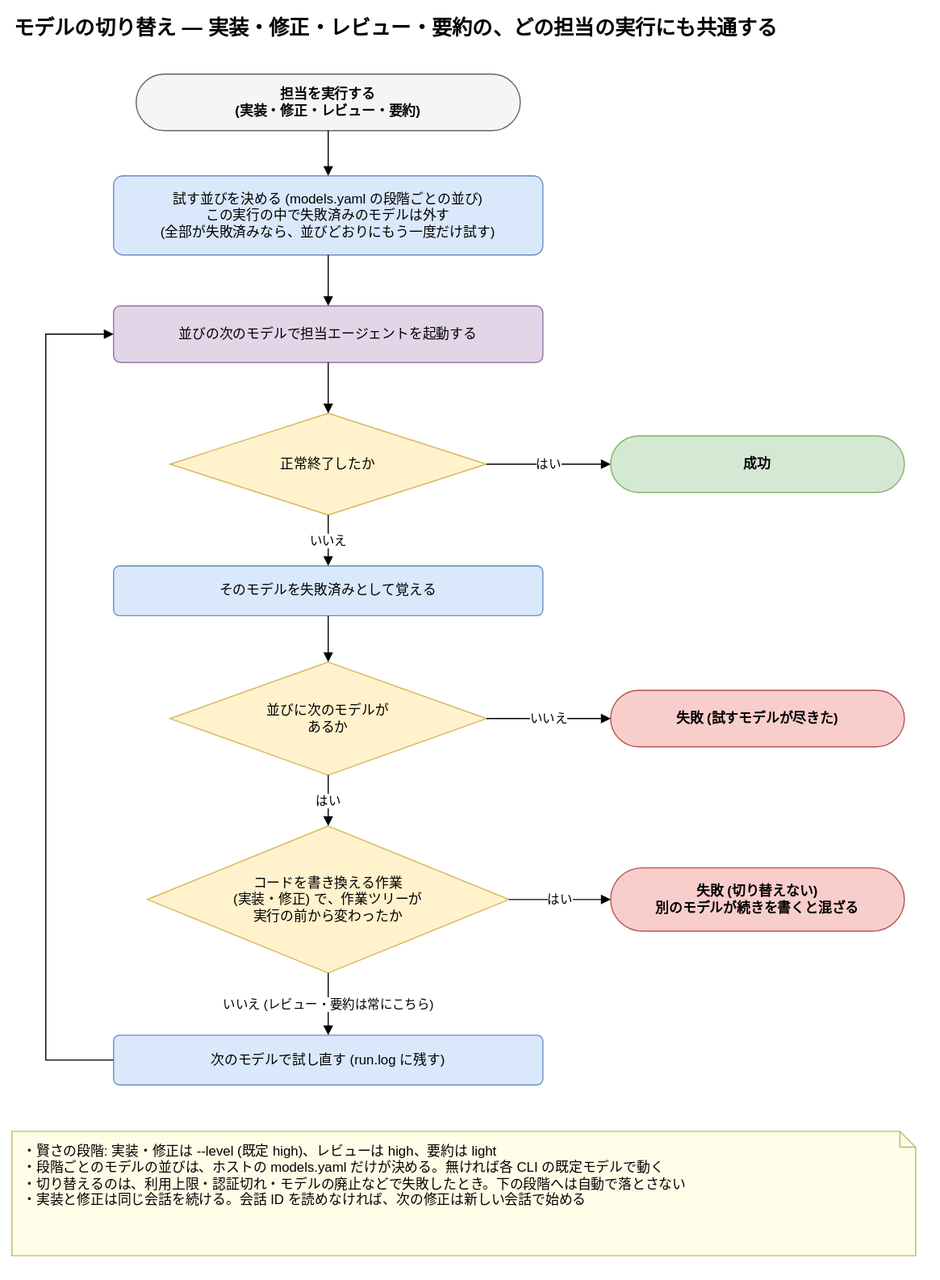
The draw.io diagram docs/autopilot-model-switching.drawio.svg in k-wa-wa/nuage-autopilot5, before a commit. Source tidied: cells renumbered, new cells last; positions are measured from the earlier drawing's top-left corner, leaving out a move shared by most shapes.
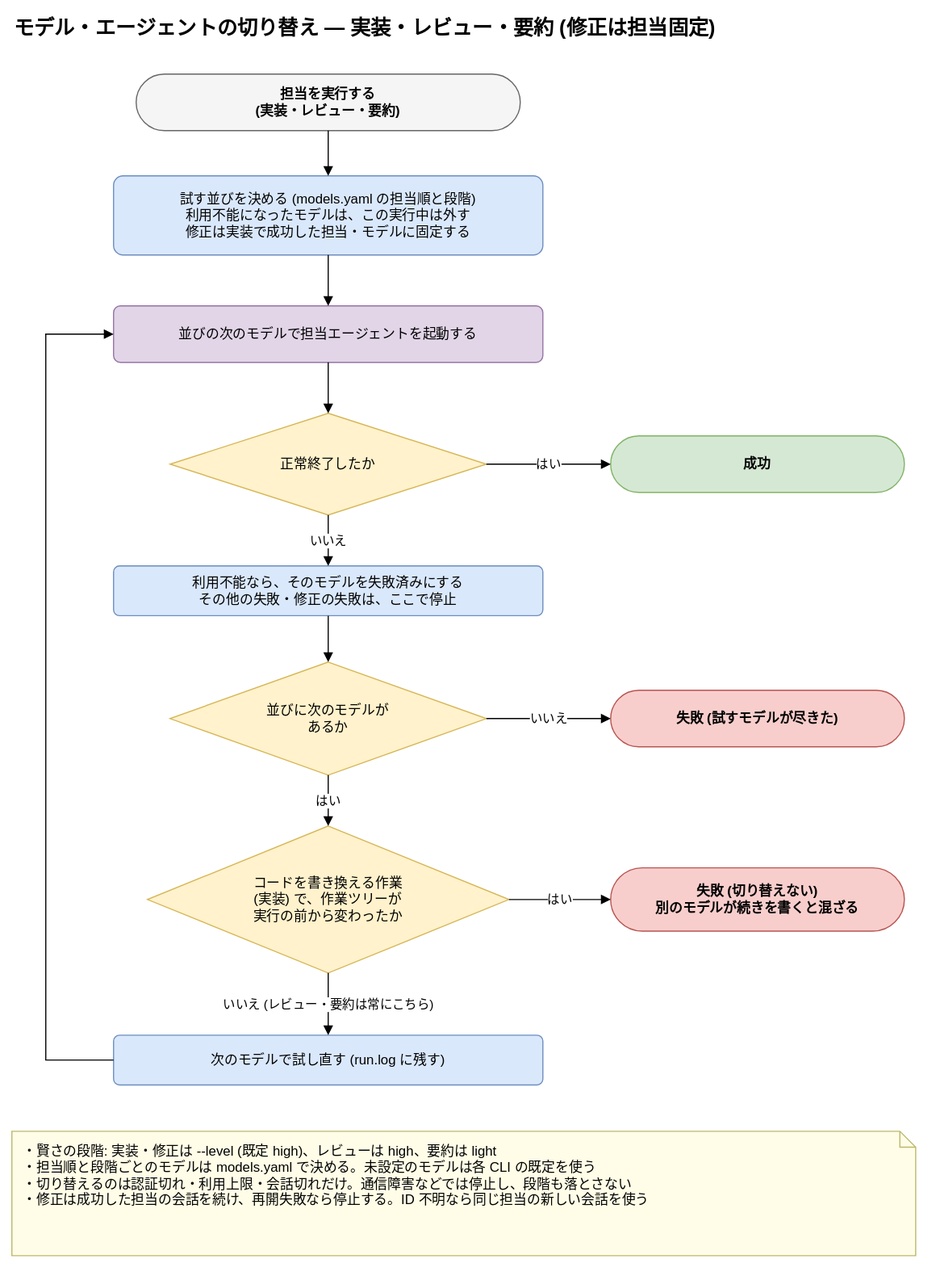
After the commit.

Change to the diagram source:
```diff
@@ -2,13 +2,13 @@
   <root>
     <mxCell id="0" />
     <mxCell id="1" parent="0" />
-    <mxCell id="2" value="モデルの切り替え — 実装・修正・レビュー・要約の、どの担当の実行にも共通する" style="text;html=1;fontSize=18;fontStyle=1;align=left;verticalAlign=middle;" parent="1" vertex="1">
+    <mxCell id="2" value="モデル・エージェントの切り替え — 実装・レビュー・要約 (修正は担当固定)" style="text;html=1;fontSize=18;fontStyle=1;align=left;verticalAlign=middle;" parent="1" vertex="1">
       <mxGeometry width="800" height="30" as="geometry" />
     </mxCell>
-    <mxCell id="3" value="担当を実行する&lt;br&gt;(実装・修正・レビュー・要約)" style="whiteSpace=wrap;html=1;fontSize=12;rounded=1;arcSize=50;fillColor=#f5f5f5;strokeColor=#666666;fontStyle=1;" parent="1" vertex="1">
+    <mxCell id="3" value="担当を実行する&lt;br&gt;(実装・レビュー・要約)" style="whiteSpace=wrap;html=1;fontSize=12;rounded=1;arcSize=50;fillColor=#f5f5f5;strokeColor=#666666;fontStyle=1;" parent="1" vertex="1">
       <mxGeometry x="110" y="55" width="340" height="50" as="geometry" />
     </mxCell>
-    <mxCell id="4" value="試す並びを決める (models.yaml の段階ごとの並び)&lt;br&gt;この実行の中で失敗済みのモデルは外す&lt;br&gt;(全部が失敗済みなら、並びどおりにもう一度だけ試す)" style="whiteSpace=wrap;html=1;fontSize=12;rounded=1;arcSize=12;fillColor=#dae8fc;strokeColor=#6c8ebf;" parent="1" vertex="1">
+    <mxCell id="4" value="試す並びを決める (models.yaml の担当順と段階)&lt;br&gt;利用不能になったモデルは、この実行中は外す&lt;br&gt;修正は実装で成功した担当・モデルに固定する" style="whiteSpace=wrap;html=1;fontSize=12;rounded=1;arcSize=12;fillColor=#dae8fc;strokeColor=#6c8ebf;" parent="1" vertex="1">
       <mxGeometry x="90" y="145" width="380" height="70" as="geometry" />
     </mxCell>
     <mxCell id="5" value="並びの次のモデルで担当エージェントを起動する" style="whiteSpace=wrap;html=1;fontSize=12;rounded=1;arcSize=12;fillColor=#e1d5e7;strokeColor=#9673a6;" parent="1" vertex="1">
@@ -20,7 +20,7 @@
     <mxCell id="7" value="成功" style="whiteSpace=wrap;html=1;fontSize=12;rounded=1;arcSize=50;fillColor=#d5e8d4;strokeColor=#82b366;fontStyle=1;" parent="1" vertex="1">
       <mxGeometry x="530" y="375" width="260" height="50" as="geometry" />
     </mxCell>
-    <mxCell id="8" value="そのモデルを失敗済みとして覚える" style="whiteSpace=wrap;html=1;fontSize=12;rounded=1;arcSize=12;fillColor=#dae8fc;strokeColor=#6c8ebf;" parent="1" vertex="1">
+    <mxCell id="8" value="利用不能なら、そのモデルを失敗済みにする&lt;br&gt;その他の失敗・修正の失敗は、ここで停止" style="whiteSpace=wrap;html=1;fontSize=12;rounded=1;arcSize=12;fillColor=#dae8fc;strokeColor=#6c8ebf;" parent="1" vertex="1">
       <mxGeometry x="90" y="490" width="380" height="44" as="geometry" />
     </mxCell>
     <mxCell id="9" value="並びに次のモデルが&lt;br&gt;あるか" style="whiteSpace=wrap;html=1;fontSize=12;rhombus;fillColor=#fff2cc;strokeColor=#d6b656;" parent="1" vertex="1">
@@ -29,7 +29,7 @@
     <mxCell id="10" value="失敗 (試すモデルが尽きた)" style="whiteSpace=wrap;html=1;fontSize=12;rounded=1;arcSize=50;fillColor=#f8cecc;strokeColor=#b85450;fontStyle=1;" parent="1" vertex="1">
       <mxGeometry x="530" y="600" width="260" height="50" as="geometry" />
     </mxCell>
-    <mxCell id="11" value="コードを書き換える作業&lt;br&gt;(実装・修正) で、作業ツリーが&lt;br&gt;実行の前から変わったか" style="whiteSpace=wrap;html=1;fontSize=12;rhombus;fillColor=#fff2cc;strokeColor=#d6b656;" parent="1" vertex="1">
+    <mxCell id="11" value="コードを書き換える作業&lt;br&gt;(実装) で、作業ツリーが&lt;br&gt;実行の前から変わったか" style="whiteSpace=wrap;html=1;fontSize=12;rhombus;fillColor=#fff2cc;strokeColor=#d6b656;" parent="1" vertex="1">
       <mxGeometry x="120" y="720" width="320" height="130" as="geometry" />
     </mxCell>
     <mxCell id="12" value="失敗 (切り替えない)&lt;br&gt;別のモデルが続きを書くと混ざる" style="whiteSpace=wrap;html=1;fontSize=12;rounded=1;arcSize=50;fillColor=#f8cecc;strokeColor=#b85450;fontStyle=1;" parent="1" vertex="1">
@@ -38,7 +38,7 @@
     <mxCell id="13" value="次のモデルで試し直す (run.log に残す)" style="whiteSpace=wrap;html=1;fontSize=12;rounded=1;arcSize=12;fillColor=#dae8fc;strokeColor=#6c8ebf;" parent="1" vertex="1">
       <mxGeometry x="90" y="905" width="380" height="44" as="geometry" />
     </mxCell>
-    <mxCell id="14" value="・賢さの段階: 実装・修正は --level (既定 high)、レビューは high、要約は light&lt;br&gt;・段階ごとのモデルの並びは、ホストの models.yaml だけが決める。無ければ各 CLI の既定モデルで動く&lt;br&gt;・切り替えるのは、利用上限・認証切れ・モデルの廃止などで失敗したとき。下の段階へは自動で落とさない&lt;br&gt;・実装と修正は同じ会話を続ける。会話 ID を読めなければ、次の修正は新しい会話で始める" style="whiteSpace=wrap;html=1;fontSize=12;shape=note;size=14;fillColor=#fffde7;strokeColor=#bdb76b;align=left;spacingLeft=8;spacingRight=8;verticalAlign=top;spacingTop=4;" parent="1" vertex="1">
+    <mxCell id="14" value="・賢さの段階: 実装・修正は --level (既定 high)、レビューは high、要約は light&lt;br&gt;・担当順と段階ごとのモデルは models.yaml で決める。未設定のモデルは各 CLI の既定を使う&lt;br&gt;・切り替えるのは認証切れ・利用上限・会話切れだけ。通信障害などでは停止し、段階も落とさない&lt;br&gt;・修正は成功した担当の会話を続け、再開失敗なら停止する。ID 不明なら同じ担当の新しい会話を使う" style="whiteSpace=wrap;html=1;fontSize=12;shape=note;size=14;fillColor=#fffde7;strokeColor=#bdb76b;align=left;spacingLeft=8;spacingRight=8;verticalAlign=top;spacingTop=4;" parent="1" vertex="1">
       <mxGeometry y="990" width="800" height="110" as="geometry" />
     </mxCell>
     <mxCell id="15" style="edgeStyle=orthogonalEdgeStyle;rounded=0;html=1;fontSize=11;endArrow=block;endFill=1;exitX=0.5;exitY=1;exitDx=0;exitDy=0;entryX=0.5;entryY=0;entryDx=0;entryDy=0;" parent="1" edge="1" source="3" target="4">
```
